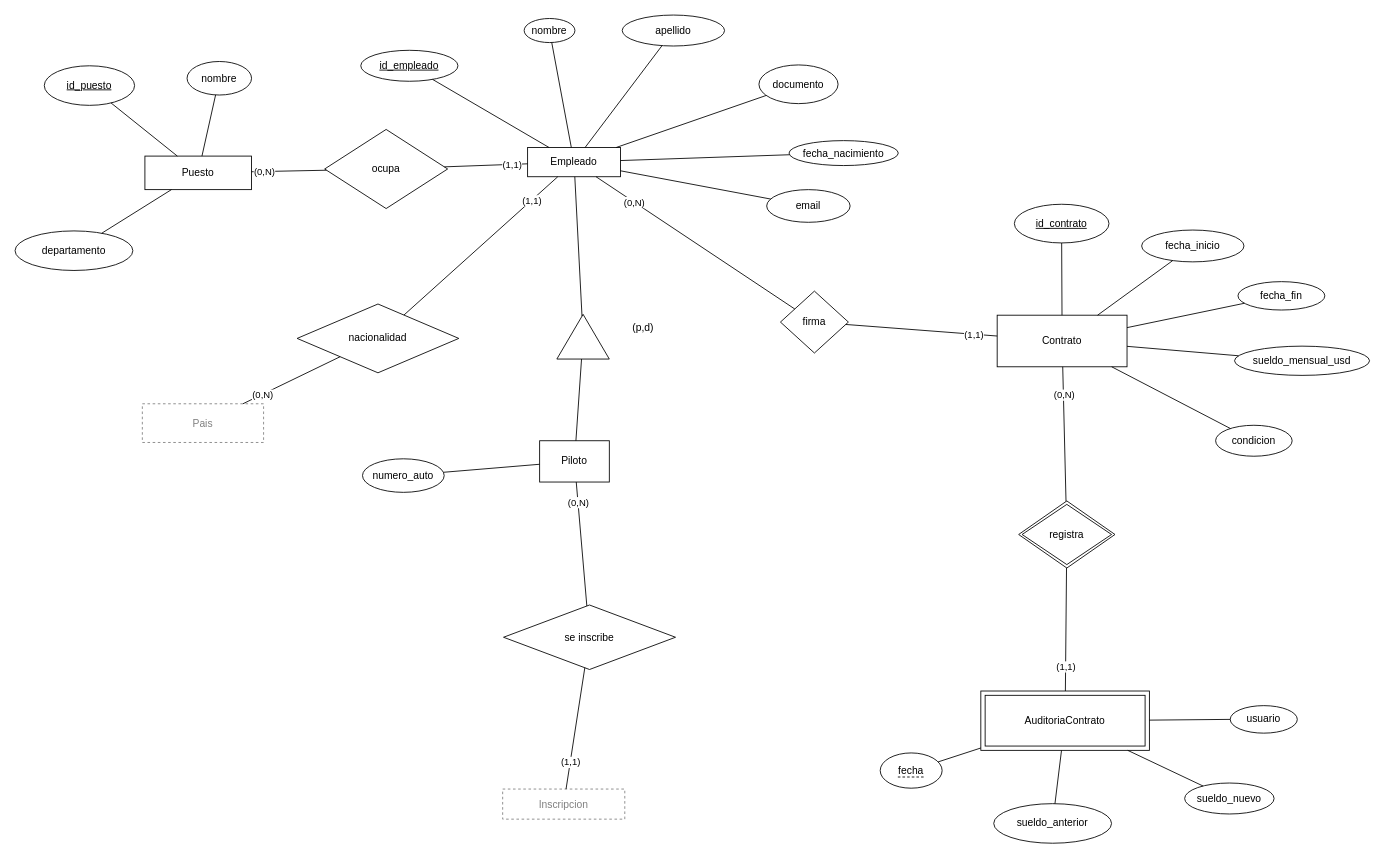
Before: page "Personal" (3 of 5) of doc/der/der.drawio in jpsam4/Formula-1-IngDatos, a draw.io diagram. Source tidied: cells renumbered, new cells numbered last; positions are measured from the earlier drawing's top-left corner, leaving out a move shared by most shapes. Both pictures are drawn from the tidied source at 86%, with x=0, y=0 at pixel (15, 15).
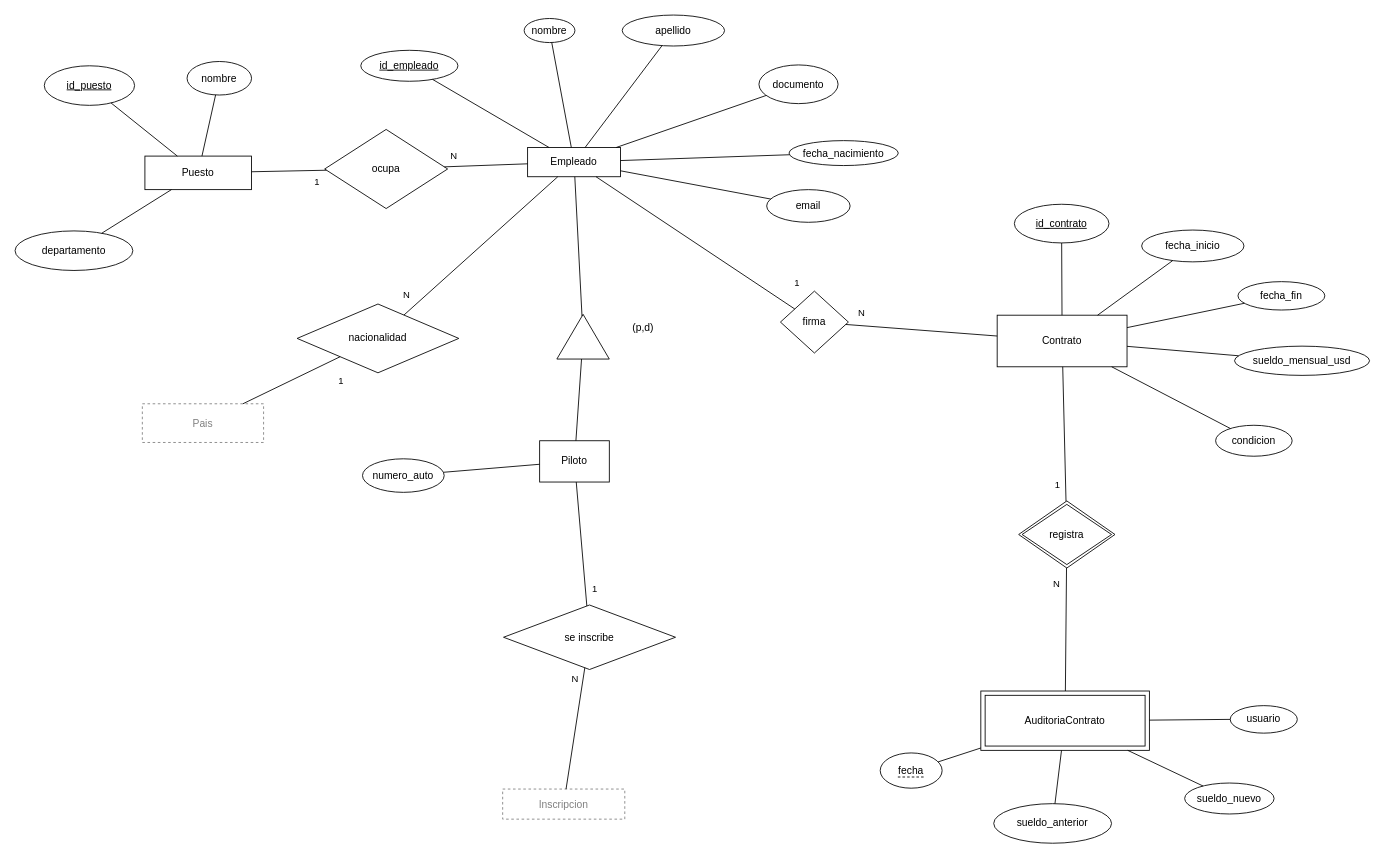
After the change.

Unchanged cells that the change refers to:
```xml
<mxCell id="23" style="endArrow=none;html=1;rounded=0;" parent="1" edge="1" source="22" target="15">
  <mxGeometry relative="1" as="geometry" />
</mxCell>
<mxCell id="25" style="endArrow=none;html=1;rounded=0;" parent="1" edge="1" source="22" target="2">
  <mxGeometry relative="1" as="geometry" />
</mxCell>
<mxCell id="29" style="endArrow=none;html=1;rounded=0;" parent="1" edge="1" source="28" target="27">
  <mxGeometry relative="1" as="geometry" />
</mxCell>
<mxCell id="31" style="endArrow=none;html=1;rounded=0;" parent="1" edge="1" source="28" target="2">
  <mxGeometry relative="1" as="geometry" />
</mxCell>
<mxCell id="42" style="endArrow=none;html=1;rounded=0;" parent="1" edge="1" source="41" target="36">
  <mxGeometry relative="1" as="geometry" />
</mxCell>
<mxCell id="44" style="endArrow=none;html=1;rounded=0;" parent="1" edge="1" source="41" target="40">
  <mxGeometry relative="1" as="geometry" />
</mxCell>
<mxCell id="58" style="endArrow=none;html=1;rounded=0;" parent="1" edge="1" source="57" target="2">
  <mxGeometry relative="1" as="geometry" />
</mxCell>
<mxCell id="60" style="endArrow=none;html=1;rounded=0;" parent="1" edge="1" source="57" target="46">
  <mxGeometry relative="1" as="geometry" />
</mxCell>
<mxCell id="72" style="endArrow=none;html=1;rounded=0;" parent="1" edge="1" source="71" target="46">
  <mxGeometry relative="1" as="geometry" />
</mxCell>
<mxCell id="74" style="endArrow=none;html=1;rounded=0;" parent="1" edge="1" source="71" target="62">
  <mxGeometry relative="1" as="geometry" />
</mxCell>
```

What changed in the source:
```diff
@@
-    <mxCell id="24" value="(0,N)" style="edgeLabel;html=1;align=center;verticalAlign=middle;labelBackgroundColor=#ffffff;" parent="23" vertex="1">
-      <mxGeometry x="0.68" relative="1" as="geometry" />
+    <mxCell id="24" value="1" style="text;html=1;align=center;verticalAlign=middle;fontSize=11;" parent="1" vertex="1">
+      <mxGeometry x="343" y="186" width="16" height="16" as="geometry" />
     </mxCell>
@@
-    <mxCell id="26" value="(1,1)" style="edgeLabel;html=1;align=center;verticalAlign=middle;labelBackgroundColor=#ffffff;" parent="25" vertex="1">
-      <mxGeometry x="0.61" relative="1" as="geometry" />
+    <mxCell id="26" value="N" style="text;html=1;align=center;verticalAlign=middle;fontSize=11;" parent="1" vertex="1">
+      <mxGeometry x="502" y="156" width="16" height="16" as="geometry" />
     </mxCell>
@@
-    <mxCell id="30" value="(0,N)" style="edgeLabel;html=1;align=center;verticalAlign=middle;labelBackgroundColor=#ffffff;" parent="29" vertex="1">
-      <mxGeometry x="0.61" relative="1" as="geometry" />
+    <mxCell id="30" value="1" style="text;html=1;align=center;verticalAlign=middle;fontSize=11;" parent="1" vertex="1">
+      <mxGeometry x="371" y="417" width="16" height="16" as="geometry" />
     </mxCell>
@@
-    <mxCell id="32" value="(1,1)" style="edgeLabel;html=1;align=center;verticalAlign=middle;labelBackgroundColor=#ffffff;" parent="31" vertex="1">
-      <mxGeometry x="0.66" relative="1" as="geometry" />
+    <mxCell id="32" value="N" style="text;html=1;align=center;verticalAlign=middle;fontSize=11;" parent="1" vertex="1">
+      <mxGeometry x="447" y="318" width="16" height="16" as="geometry" />
     </mxCell>
@@
-    <mxCell id="43" value="(0,N)" style="edgeLabel;html=1;align=center;verticalAlign=middle;labelBackgroundColor=#ffffff;" parent="42" vertex="1">
-      <mxGeometry x="0.67" relative="1" as="geometry" />
+    <mxCell id="43" value="1" style="text;html=1;align=center;verticalAlign=middle;fontSize=11;" parent="1" vertex="1">
+      <mxGeometry x="666" y="659" width="16" height="16" as="geometry" />
     </mxCell>
@@
-    <mxCell id="45" value="(1,1)" style="edgeLabel;html=1;align=center;verticalAlign=middle;labelBackgroundColor=#ffffff;" parent="44" vertex="1">
-      <mxGeometry x="0.56" relative="1" as="geometry" />
+    <mxCell id="45" value="N" style="text;html=1;align=center;verticalAlign=middle;fontSize=11;" parent="1" vertex="1">
+      <mxGeometry x="643" y="764" width="16" height="16" as="geometry" />
     </mxCell>
@@
-    <mxCell id="59" value="(0,N)" style="edgeLabel;html=1;align=center;verticalAlign=middle;labelBackgroundColor=#ffffff;" parent="58" vertex="1">
-      <mxGeometry x="0.62" relative="1" as="geometry" />
+    <mxCell id="59" value="1" style="text;html=1;align=center;verticalAlign=middle;fontSize=11;" parent="1" vertex="1">
+      <mxGeometry x="901" y="304" width="16" height="16" as="geometry" />
     </mxCell>
@@
-    <mxCell id="61" value="(1,1)" style="edgeLabel;html=1;align=center;verticalAlign=middle;labelBackgroundColor=#ffffff;" parent="60" vertex="1">
-      <mxGeometry x="0.69" relative="1" as="geometry" />
+    <mxCell id="61" value="N" style="text;html=1;align=center;verticalAlign=middle;fontSize=11;" parent="1" vertex="1">
+      <mxGeometry x="976" y="338" width="16" height="16" as="geometry" />
     </mxCell>
@@
-    <mxCell id="73" value="(0,N)" style="edgeLabel;html=1;align=center;verticalAlign=middle;labelBackgroundColor=#ffffff;" parent="72" vertex="1">
-      <mxGeometry x="0.58" relative="1" as="geometry" />
+    <mxCell id="73" value="1" style="text;html=1;align=center;verticalAlign=middle;fontSize=11;" parent="1" vertex="1">
+      <mxGeometry x="1204" y="538" width="16" height="16" as="geometry" />
     </mxCell>
@@
-    <mxCell id="75" value="(1,1)" style="edgeLabel;html=1;align=center;verticalAlign=middle;labelBackgroundColor=#ffffff;" parent="74" vertex="1">
-      <mxGeometry x="0.61" relative="1" as="geometry" />
+    <mxCell id="75" value="N" style="text;html=1;align=center;verticalAlign=middle;fontSize=11;" parent="1" vertex="1">
+      <mxGeometry x="1203" y="654" width="16" height="16" as="geometry" />
     </mxCell>
```
